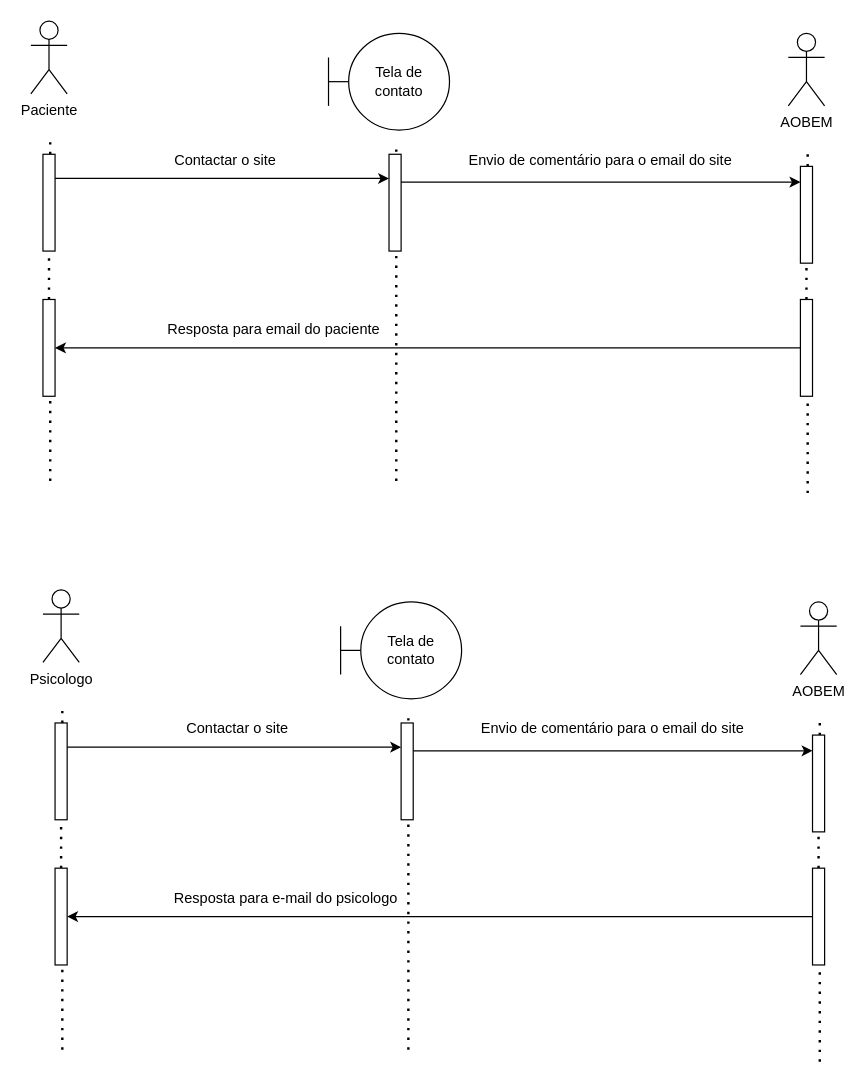
Above: tela de contato_dds.drawio in Patadaoikkk/uml (draw.io), before the change. Source tidied: cells renumbered, new cells numbered last; positions are measured from the earlier drawing's top-left corner, leaving out a move shared by most shapes. Both pictures are drawn from the tidied source at 121%, with x=0, y=0 at pixel (30, 21).
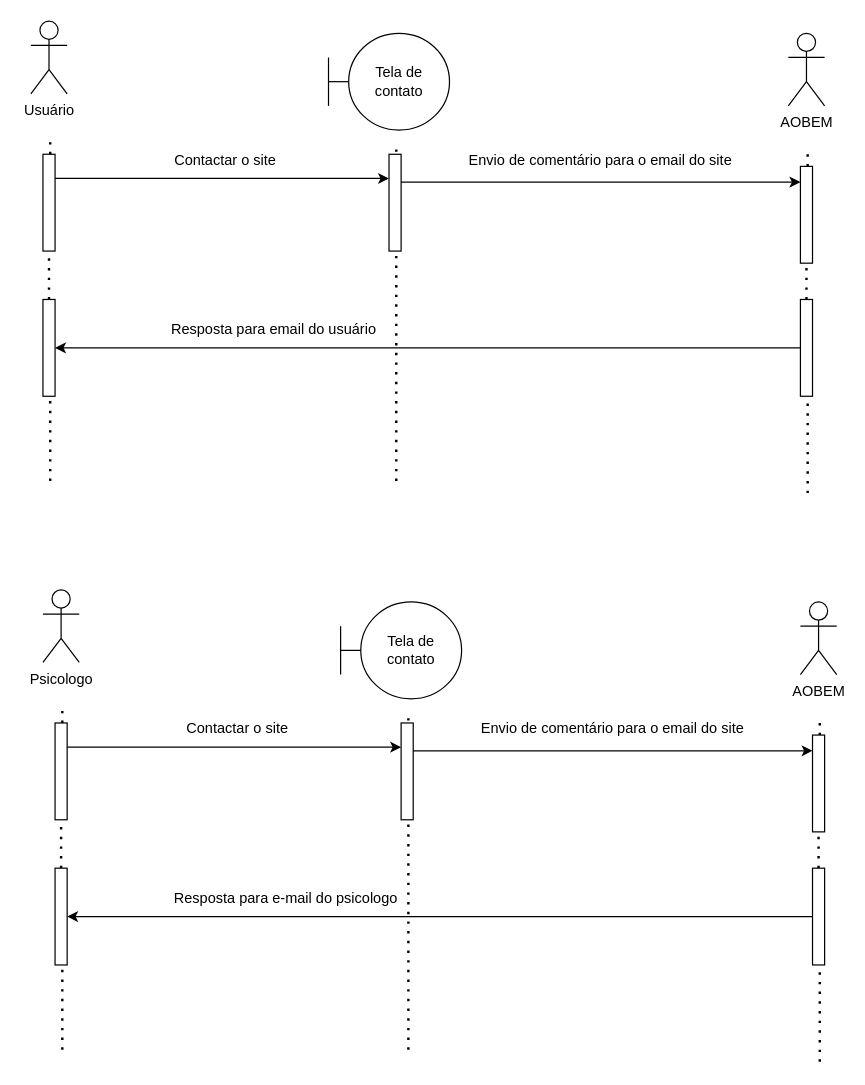
After the change.

Diff of the diagram source:
```diff
@@
-    <mxCell id="2" value="Paciente" style="shape=umlActor;verticalLabelPosition=bottom;verticalAlign=top;html=1;" parent="1" vertex="1">
+    <mxCell id="2" value="Usuário" style="shape=umlActor;verticalLabelPosition=bottom;verticalAlign=top;html=1;" parent="1" vertex="1">
       <mxGeometry width="30" height="60" as="geometry" />
     </mxCell>
@@
-    <mxCell id="22" value="Resposta para email do paciente" style="text;html=1;align=center;verticalAlign=middle;whiteSpace=wrap;rounded=0;" parent="1" vertex="1">
+    <mxCell id="22" value="Resposta para email do usuário" style="text;html=1;align=center;verticalAlign=middle;whiteSpace=wrap;rounded=0;" parent="1" vertex="1">
       <mxGeometry x="66" y="240" width="270" height="30" as="geometry" />
     </mxCell>
```
